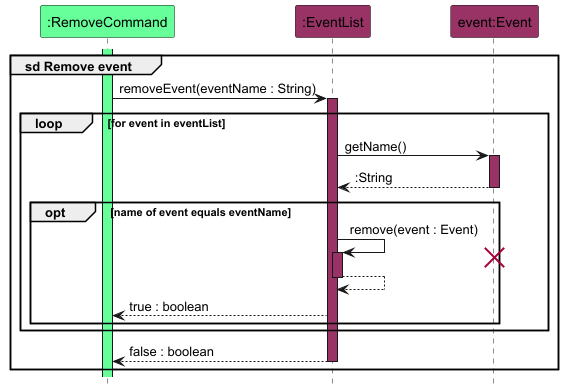
Above: docs/images/RemoveEventSequenceDiagram.png in nus-cs2113-AY2425S1/tp (PlantUML), before the change.
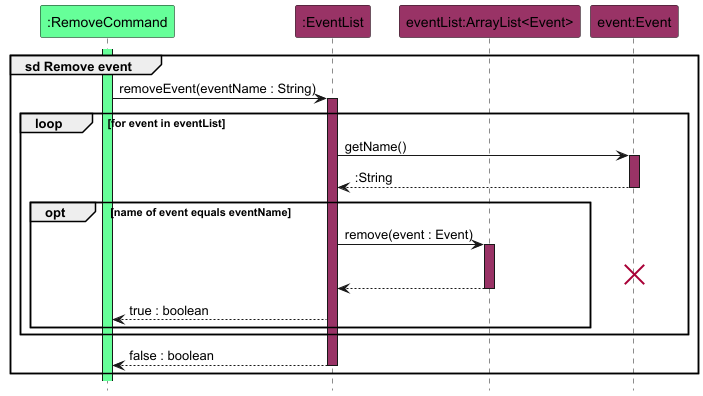
After the commit.

What changed in the source:
```diff
@@ -4,6 +4,7 @@
 
 participant ":RemoveCommand" as command COMMAND_COLOUR
 participant ":EventList" as eventList EVENT_COLOUR
+participant "eventList:ArrayList<Event>" as list EVENT_COLOUR
 participant "event:Event" as event EVENT_COLOUR
 
 group sd Remove event
@@ -17,8 +18,8 @@
         return :String
 
         opt name of event equals eventName
-            eventList -> eventList : remove(event : Event)
-            activate eventList EVENT_COLOUR
+            eventList -> list : remove(event : Event)
+            activate list EVENT_COLOUR
             destroy event
             return
             eventList --> command : true : boolean
```
